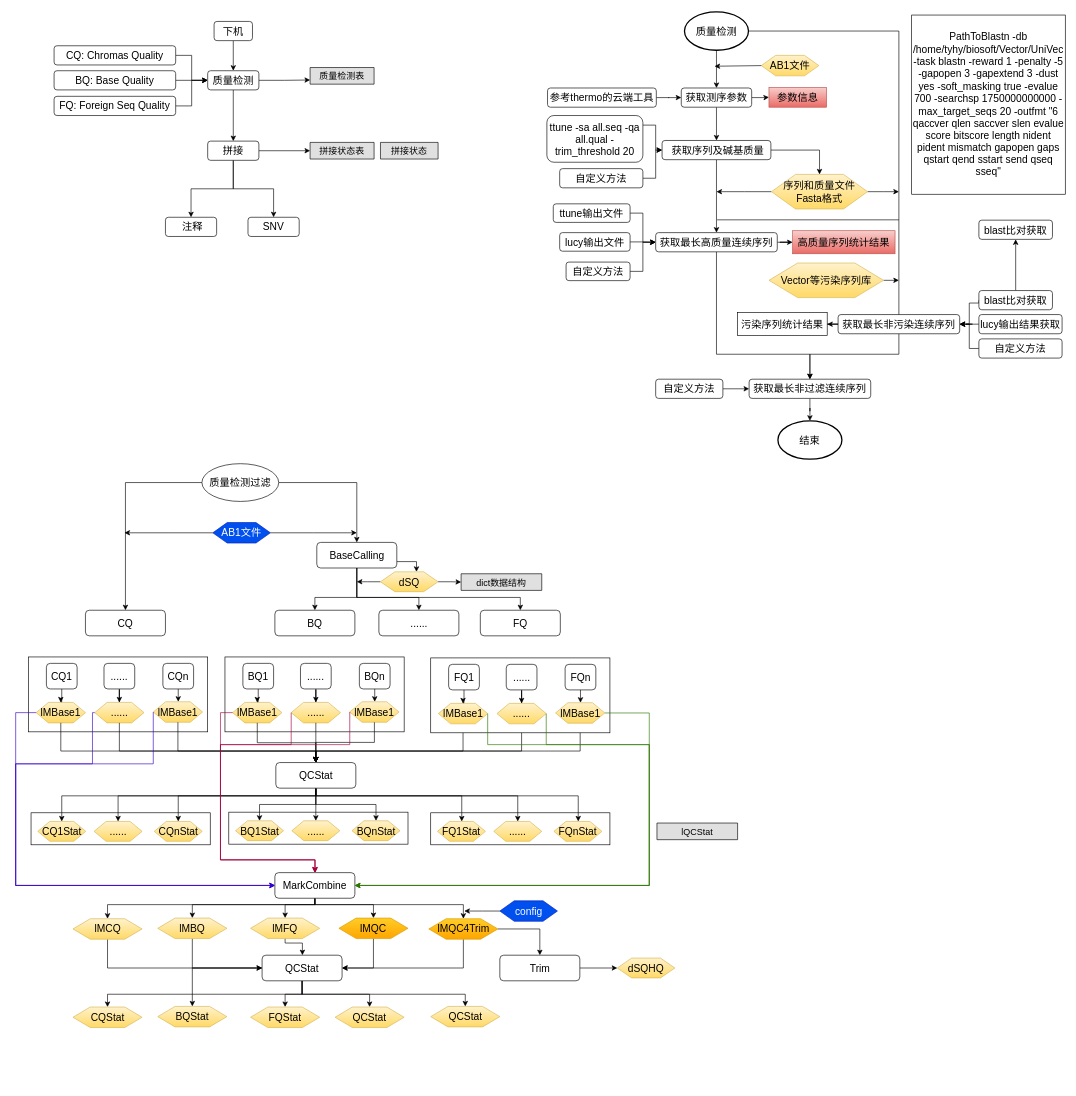
lry198010/SangerSequenceAnalysis keeps this draw.io diagram as doc/FlowChat.drawio. Above is the earlier version. Source tidied: cells renumbered, new cells numbered last; positions are measured from the earlier drawing's top-left corner, leaving out a move shared by most shapes. Both pictures are drawn from the tidied source at 64%, with x=0, y=0 at pixel (15, 12).
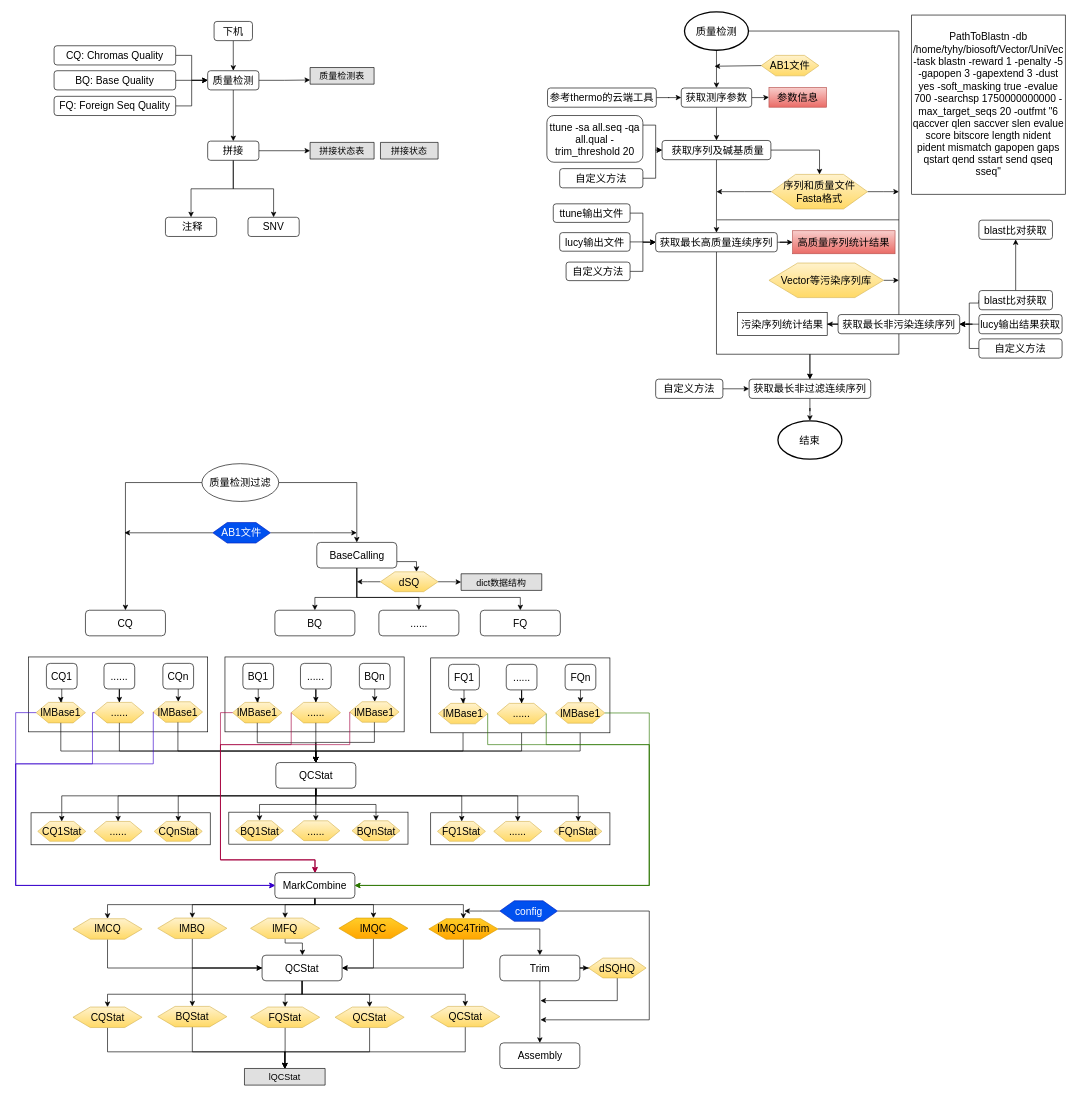
Above is the later version.

Commit message:
Small improvement of FlowChat.FlowChat.drawio

The change refers to these unchanged cells:
```xml
<mxCell id="191" value="CQStat" style="shape=hexagon;perimeter=hexagonPerimeter2;whiteSpace=wrap;html=1;fontSize=16;gradientColor=#ffd966;fillColor=#fff2cc;strokeColor=#d6b656;" parent="1" vertex="1">
  <mxGeometry x="89.5" y="1555" width="108" height="32" as="geometry" />
</mxCell>
<mxCell id="192" value="BQStat" style="shape=hexagon;perimeter=hexagonPerimeter2;whiteSpace=wrap;html=1;fontSize=16;gradientColor=#ffd966;fillColor=#fff2cc;strokeColor=#d6b656;" parent="1" vertex="1">
  <mxGeometry x="222" y="1554" width="108" height="32" as="geometry" />
</mxCell>
<mxCell id="193" value="FQStat" style="shape=hexagon;perimeter=hexagonPerimeter2;whiteSpace=wrap;html=1;fontSize=16;gradientColor=#ffd966;fillColor=#fff2cc;strokeColor=#d6b656;" parent="1" vertex="1">
  <mxGeometry x="367" y="1555" width="108" height="32" as="geometry" />
</mxCell>
<mxCell id="196" value="QCStat" style="shape=hexagon;perimeter=hexagonPerimeter2;whiteSpace=wrap;html=1;fontSize=16;gradientColor=#ffd966;fillColor=#fff2cc;strokeColor=#d6b656;" parent="1" vertex="1">
  <mxGeometry x="499" y="1555" width="108" height="32" as="geometry" />
</mxCell>
<mxCell id="201" value="config" style="shape=hexagon;perimeter=hexagonPerimeter2;whiteSpace=wrap;html=1;fontSize=16;fillColor=#0050ef;strokeColor=#001DBC;fontColor=#ffffff;" parent="1" vertex="1">
  <mxGeometry x="756.5" y="1389" width="90" height="32" as="geometry" />
</mxCell>
<mxCell id="202" value="QCStat" style="shape=hexagon;perimeter=hexagonPerimeter2;whiteSpace=wrap;html=1;fontSize=16;gradientColor=#ffd966;fillColor=#fff2cc;strokeColor=#d6b656;" parent="1" vertex="1">
  <mxGeometry x="648.5" y="1554" width="108" height="32" as="geometry" />
</mxCell>
<mxCell id="204" value="Trim" style="rounded=1;whiteSpace=wrap;html=1;fontSize=16;" parent="1" vertex="1">
  <mxGeometry x="756.5" y="1474" width="125" height="40" as="geometry" />
</mxCell>
```

What changed in the source:
```diff
@@
     <mxCell id="93" value="lQCStat" style="swimlane;fontStyle=0;horizontal=1;startSize=26;fillColor=#e0e0e0;swimlaneFillColor=#ffffff;align=center;fontSize=14;" parent="1" vertex="1" collapsed="1">
-      <mxGeometry x="1002" y="1267.5" width="126" height="26" as="geometry" />
+      <mxGeometry x="357.5" y="1651" width="126" height="26" as="geometry" />
     </mxCell>
@@
+    <mxCell id="206" style="edgeStyle=orthogonalEdgeStyle;rounded=0;jettySize=auto;html=1;entryX=0.5;entryY=0;entryDx=0;entryDy=0;fontSize=16;" parent="1" edge="1" source="191" target="93">
+      <mxGeometry relative="1" as="geometry">
+        <Array as="points">
+          <mxPoint x="144" y="1625" />
+          <mxPoint x="421" y="1625" />
+        </Array>
+      </mxGeometry>
+    </mxCell>
@@
+    <mxCell id="207" style="edgeStyle=orthogonalEdgeStyle;rounded=0;jettySize=auto;html=1;fontSize=16;" parent="1" edge="1" source="192" target="93">
+      <mxGeometry relative="1" as="geometry">
+        <Array as="points">
+          <mxPoint x="276" y="1625" />
+          <mxPoint x="421" y="1625" />
+        </Array>
+      </mxGeometry>
+    </mxCell>
@@
+    <mxCell id="208" style="edgeStyle=orthogonalEdgeStyle;rounded=0;jettySize=auto;html=1;entryX=0.5;entryY=0;entryDx=0;entryDy=0;fontSize=16;" parent="1" edge="1" source="193" target="93">
+      <mxGeometry relative="1" as="geometry" />
+    </mxCell>
@@
+    <mxCell id="209" style="edgeStyle=orthogonalEdgeStyle;rounded=0;jettySize=auto;html=1;entryX=0.5;entryY=0;entryDx=0;entryDy=0;fontSize=16;" parent="1" edge="1" source="196" target="93">
+      <mxGeometry relative="1" as="geometry">
+        <Array as="points">
+          <mxPoint x="553" y="1625" />
+          <mxPoint x="421" y="1625" />
+        </Array>
+      </mxGeometry>
+    </mxCell>
@@
+    <mxCell id="210" style="edgeStyle=orthogonalEdgeStyle;rounded=0;jettySize=auto;html=1;fontSize=16;" parent="1" edge="1" source="201">
+      <mxGeometry relative="1" as="geometry">
+        <mxPoint x="820" y="1575" as="targetPoint" />
+        <Array as="points">
+          <mxPoint x="990" y="1405" />
+          <mxPoint x="990" y="1575" />
+        </Array>
+      </mxGeometry>
+    </mxCell>
@@
+    <mxCell id="211" style="edgeStyle=orthogonalEdgeStyle;rounded=0;jettySize=auto;html=1;entryX=0.5;entryY=0;entryDx=0;entryDy=0;fontSize=16;" parent="1" edge="1" source="202" target="93">
+      <mxGeometry relative="1" as="geometry">
+        <Array as="points">
+          <mxPoint x="703" y="1625" />
+          <mxPoint x="421" y="1625" />
+        </Array>
+      </mxGeometry>
+    </mxCell>
@@
+    <mxCell id="212" style="edgeStyle=orthogonalEdgeStyle;rounded=0;jettySize=auto;html=1;fontSize=16;" parent="1" edge="1" source="204" target="213">
+      <mxGeometry relative="1" as="geometry" />
+    </mxCell>
@@
+    <mxCell id="213" value="Assembly" style="rounded=1;whiteSpace=wrap;html=1;fontSize=16;" parent="1" vertex="1">
+      <mxGeometry x="756.5" y="1611" width="125" height="40" as="geometry" />
+    </mxCell>
+    <mxCell id="214" style="edgeStyle=orthogonalEdgeStyle;rounded=0;jettySize=auto;html=1;fontSize=16;exitX=0.5;exitY=1;exitDx=0;exitDy=0;" parent="1" edge="1" source="205">
+      <mxGeometry relative="1" as="geometry">
+        <mxPoint x="820" y="1545" as="targetPoint" />
+        <Array as="points">
+          <mxPoint x="940" y="1545" />
+        </Array>
+      </mxGeometry>
+    </mxCell>
     <mxCell id="205" value="dSQHQ" style="shape=hexagon;perimeter=hexagonPerimeter2;whiteSpace=wrap;html=1;fontSize=16;gradientColor=#ffd966;fillColor=#fff2cc;strokeColor=#d6b656;" parent="1" vertex="1">
-      <mxGeometry x="940" y="1478.5" width="90" height="31" as="geometry" />
+      <mxGeometry x="895" y="1478.5" width="90" height="31" as="geometry" />
     </mxCell>
```
